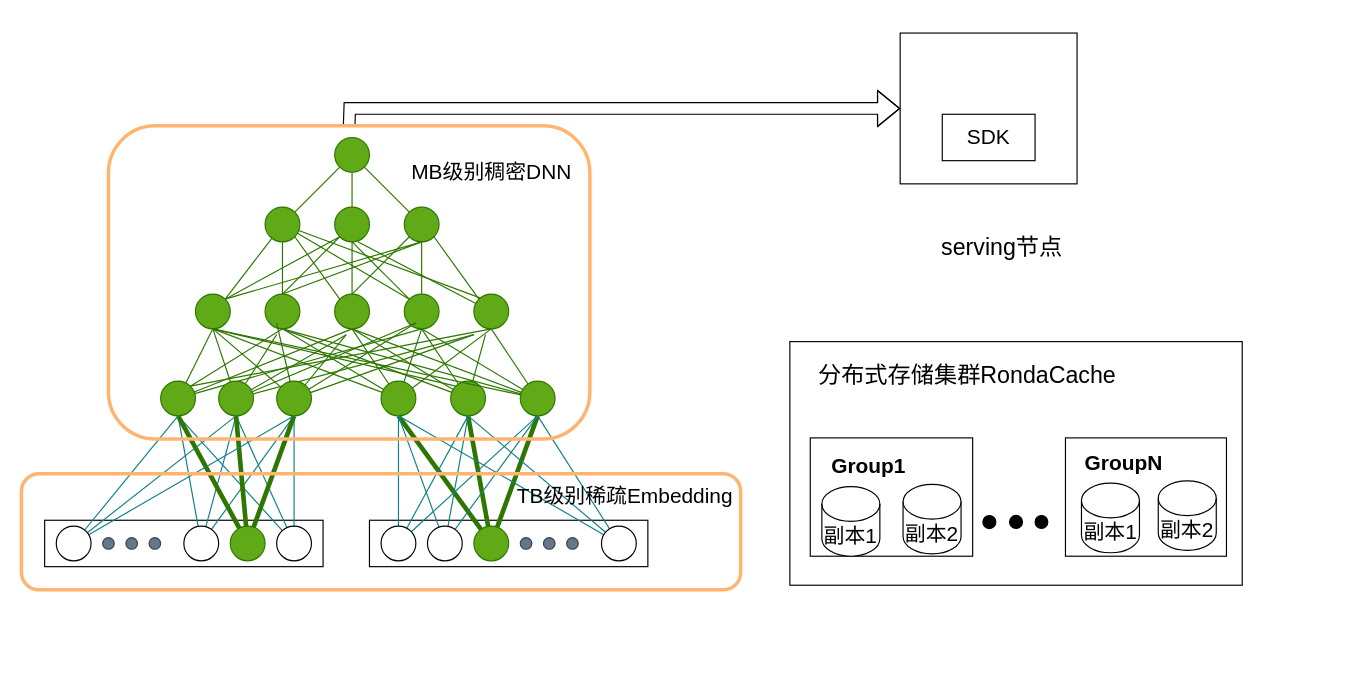
Earlier version of the draw.io diagram 无量serving存储架构图.drawio (111qqz/2018FALL). Source tidied: cells renumbered, new cells numbered last; positions are measured from the earlier drawing's top-left corner, leaving out a move shared by most shapes. Both pictures are drawn from the tidied source at 116%, with x=0, y=0 at pixel (21, 32).
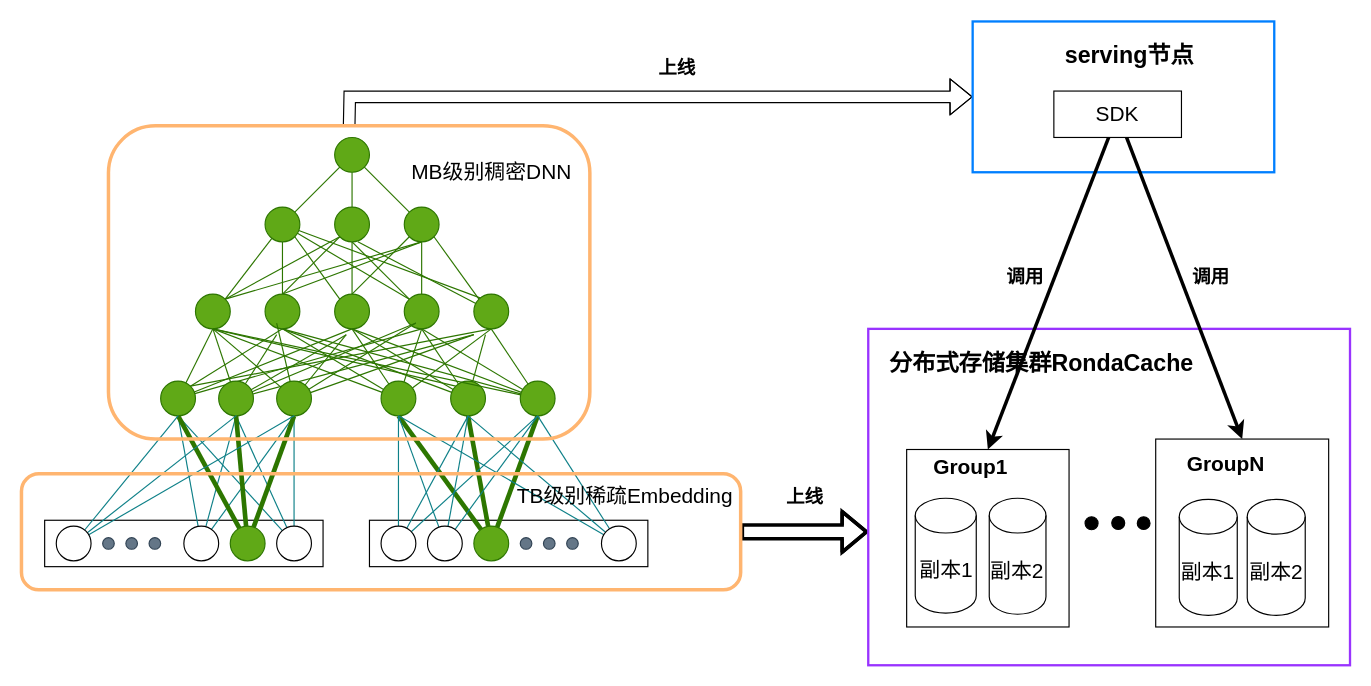
The same page after the edit.

Commit message:
完成serving存储架构图V1

The change refers to these unchanged cells:
```xml
<mxCell id="109" style="rounded=1;whiteSpace=wrap;html=1;strokeColor=#FFB570;strokeWidth=3;fillColor=none;" parent="1" vertex="1">
  <mxGeometry y="380" width="620" height="100" as="geometry" />
</mxCell>
```

Diff of the diagram source:
```diff
@@
+    <mxCell id="128" style="edgeStyle=elbowEdgeStyle;shape=flexArrow;rounded=0;jettySize=auto;elbow=vertical;html=1;fontSize=16;strokeWidth=3;" parent="1" edge="1" source="109" target="112">
+      <mxGeometry relative="1" as="geometry" />
+    </mxCell>
@@
-    <mxCell id="112" style="rounded=0;whiteSpace=wrap;html=1;" parent="1" vertex="1">
-      <mxGeometry x="662.4" y="266" width="390" height="210" as="geometry" />
+    <mxCell id="112" style="rounded=0;whiteSpace=wrap;html=1;strokeColor=#9933FF;strokeWidth=2;" parent="1" vertex="1">
+      <mxGeometry x="730" y="255" width="415.3" height="290" as="geometry" />
     </mxCell>
-    <mxCell id="113" style="rounded=0;whiteSpace=wrap;html=1;" parent="1" vertex="1">
-      <mxGeometry x="757.5" width="152.5" height="130" as="geometry" />
+    <mxCell id="113" style="rounded=0;whiteSpace=wrap;html=1;strokeWidth=2;strokeColor=#007FFF;" parent="1" vertex="1">
+      <mxGeometry x="820" y="-10" width="260" height="130" as="geometry" />
     </mxCell>
+    <mxCell id="129" style="rounded=0;jettySize=auto;html=1;entryX=0.5;entryY=1;entryDx=0;entryDy=0;strokeWidth=3;" parent="1" edge="1" source="114" target="115">
+      <mxGeometry relative="1" as="geometry" />
+    </mxCell>
+    <mxCell id="130" style="edgeStyle=none;rounded=0;jettySize=auto;html=1;entryX=0.5;entryY=1;entryDx=0;entryDy=0;fontSize=16;strokeWidth=3;" parent="1" edge="1" source="114" target="116">
+      <mxGeometry relative="1" as="geometry" />
+    </mxCell>
-    <mxCell id="114" value="&lt;font style=&quot;font-size: 18px&quot;&gt;SDK&lt;/font&gt;" style="rounded=0;whiteSpace=wrap;html=1;" parent="1" vertex="1">
-      <mxGeometry x="793.8" y="70" width="80" height="40" as="geometry" />
+    <mxCell id="114" value="&lt;font style=&quot;font-size: 18px&quot;&gt;SDK&lt;/font&gt;" style="rounded=0;whiteSpace=wrap;html=1;direction=west;" parent="1" vertex="1">
+      <mxGeometry x="890" y="50" width="110" height="40" as="geometry" />
     </mxCell>
     <mxCell id="115" style="rounded=0;whiteSpace=wrap;html=1;fontSize=18;direction=west;" parent="1" vertex="1">
-      <mxGeometry x="680" y="349" width="140" height="102" as="geometry" />
+      <mxGeometry x="763.1" y="359" width="140" height="153" as="geometry" />
     </mxCell>
     <mxCell id="116" style="rounded=0;whiteSpace=wrap;html=1;fontSize=18;direction=west;" parent="1" vertex="1">
-      <mxGeometry x="900" y="349" width="138.8" height="102" as="geometry" />
+      <mxGeometry x="977.8" y="350" width="149.1" height="162" as="geometry" />
     </mxCell>
     <mxCell id="117" value="副本1" style="shape=cylinder3;whiteSpace=wrap;html=1;boundedLbl=1;backgroundOutline=1;size=15;fontSize=18;" parent="1" vertex="1">
-      <mxGeometry x="690" y="391" width="50" height="60" as="geometry" />
+      <mxGeometry x="770.5" y="401" width="52.6" height="99" as="geometry" />
     </mxCell>
     <mxCell id="118" value="副本2" style="shape=cylinder3;whiteSpace=wrap;html=1;boundedLbl=1;backgroundOutline=1;size=15;fontSize=18;" parent="1" vertex="1">
-      <mxGeometry x="760" y="389" width="50" height="60" as="geometry" />
+      <mxGeometry x="834.3" y="401" width="48.9" height="100" as="geometry" />
     </mxCell>
     <mxCell id="119" value="副本1" style="shape=cylinder3;whiteSpace=wrap;html=1;boundedLbl=1;backgroundOutline=1;size=15;fontSize=18;" parent="1" vertex="1">
-      <mxGeometry x="913.8" y="388" width="50" height="60" as="geometry" />
+      <mxGeometry x="998.1" y="402" width="50" height="100" as="geometry" />
     </mxCell>
     <mxCell id="120" value="副本2" style="shape=cylinder3;whiteSpace=wrap;html=1;boundedLbl=1;backgroundOutline=1;size=15;fontSize=18;" parent="1" vertex="1">
-      <mxGeometry x="980" y="386" width="50" height="60" as="geometry" />
+      <mxGeometry x="1056.7" y="402" width="50" height="100" as="geometry" />
     </mxCell>
     <mxCell id="121" value="&lt;b&gt;Group1&lt;/b&gt;" style="text;html=1;align=center;verticalAlign=middle;strokeColor=none;fillColor=none;fontSize=18;" parent="1" vertex="1">
-      <mxGeometry x="690" y="359" width="80" height="30" as="geometry" />
+      <mxGeometry x="778.1" y="360" width="80" height="30" as="geometry" />
     </mxCell>
     <mxCell id="122" value="&lt;b&gt;GroupN&lt;/b&gt;" style="text;html=1;align=center;verticalAlign=middle;strokeColor=none;fillColor=none;fontSize=18;" parent="1" vertex="1">
-      <mxGeometry x="910" y="356" width="80" height="30" as="geometry" />
+      <mxGeometry x="998.1" y="357" width="80" height="30" as="geometry" />
     </mxCell>
-    <mxCell id="123" value="&lt;font style=&quot;font-size: 20px&quot;&gt;分布式存储集群RondaCache&lt;/font&gt;" style="text;html=1;align=center;verticalAlign=middle;strokeColor=none;fillColor=none;fontSize=18;" parent="1" vertex="1">
-      <mxGeometry x="680" y="280" width="270" height="30" as="geometry" />
+    <mxCell id="123" value="&lt;font style=&quot;font-size: 20px&quot;&gt;&lt;b&gt;分布式存储集群RondaCache&lt;/b&gt;&lt;/font&gt;" style="text;html=1;align=center;verticalAlign=middle;strokeColor=none;fillColor=none;fontSize=18;strokeWidth=1;" parent="1" vertex="1">
+      <mxGeometry x="738.9" y="270" width="280" height="30" as="geometry" />
     </mxCell>
-    <mxCell id="124" value="&lt;span style=&quot;font-size: 20px&quot;&gt;serving节点&lt;/span&gt;" style="text;html=1;align=center;verticalAlign=middle;strokeColor=none;fillColor=none;fontSize=18;" parent="1" vertex="1">
-      <mxGeometry x="785" y="170" width="120" height="30" as="geometry" />
+    <mxCell id="124" value="&lt;span style=&quot;font-size: 20px&quot;&gt;&lt;b&gt;serving节点&lt;/b&gt;&lt;/span&gt;" style="text;html=1;align=center;verticalAlign=middle;strokeColor=none;fillColor=none;fontSize=18;" parent="1" vertex="1">
+      <mxGeometry x="890" y="4" width="130" height="30" as="geometry" />
     </mxCell>
     <mxCell id="125" style="ellipse;whiteSpace=wrap;html=1;fontSize=20;fillColor=#000000;" parent="1" vertex="1">
-      <mxGeometry x="828.8" y="416" width="11.2" height="11.2" as="geometry" />
+      <mxGeometry x="916.9" y="417" width="11.2" height="11.2" as="geometry" />
     </mxCell>
     <mxCell id="126" style="ellipse;whiteSpace=wrap;html=1;fontSize=20;fillColor=#000000;" parent="1" vertex="1">
-      <mxGeometry x="851.8" y="415.8" width="11.2" height="11.2" as="geometry" />
+      <mxGeometry x="939.9" y="416.8" width="11.2" height="11.2" as="geometry" />
     </mxCell>
     <mxCell id="127" style="ellipse;whiteSpace=wrap;html=1;fontSize=20;fillColor=#000000;" parent="1" vertex="1">
-      <mxGeometry x="873.8" y="416" width="11" height="11" as="geometry" />
+      <mxGeometry x="961.9" y="417" width="11" height="11" as="geometry" />
     </mxCell>
+    <mxCell id="131" value="&lt;font style=&quot;font-size: 16px&quot;&gt;&lt;b&gt;上线&lt;/b&gt;&lt;/font&gt;" style="text;html=1;align=center;verticalAlign=middle;strokeColor=none;fillColor=none;" parent="1" vertex="1">
+      <mxGeometry x="540" y="20" width="50" height="20" as="geometry" />
+    </mxCell>
+    <mxCell id="132" style="edgeStyle=none;rounded=0;orthogonalLoop=1;jettySize=auto;html=1;entryX=0.5;entryY=1;entryDx=0;entryDy=0;fontSize=16;strokeWidth=2;" parent="1" edge="1" source="109" target="109">
+      <mxGeometry relative="1" as="geometry" />
+    </mxCell>
+    <mxCell id="133" value="&lt;span style=&quot;font-size: 16px&quot;&gt;&lt;b&gt;调用&lt;/b&gt;&lt;/span&gt;" style="text;html=1;align=center;verticalAlign=middle;strokeColor=none;fillColor=none;" parent="1" vertex="1">
+      <mxGeometry x="840" y="200" width="50" height="20" as="geometry" />
+    </mxCell>
+    <mxCell id="134" value="&lt;span style=&quot;font-size: 16px&quot;&gt;&lt;b&gt;调用&lt;/b&gt;&lt;/span&gt;" style="text;html=1;align=center;verticalAlign=middle;strokeColor=none;fillColor=none;" parent="1" vertex="1">
+      <mxGeometry x="1000" y="200" width="50" height="20" as="geometry" />
+    </mxCell>
+    <mxCell id="135" value="&lt;font style=&quot;font-size: 16px&quot;&gt;&lt;b&gt;上线&lt;/b&gt;&lt;/font&gt;" style="text;html=1;align=center;verticalAlign=middle;strokeColor=none;fillColor=none;" parent="1" vertex="1">
+      <mxGeometry x="650" y="390" width="50" height="20" as="geometry" />
+    </mxCell>
```
